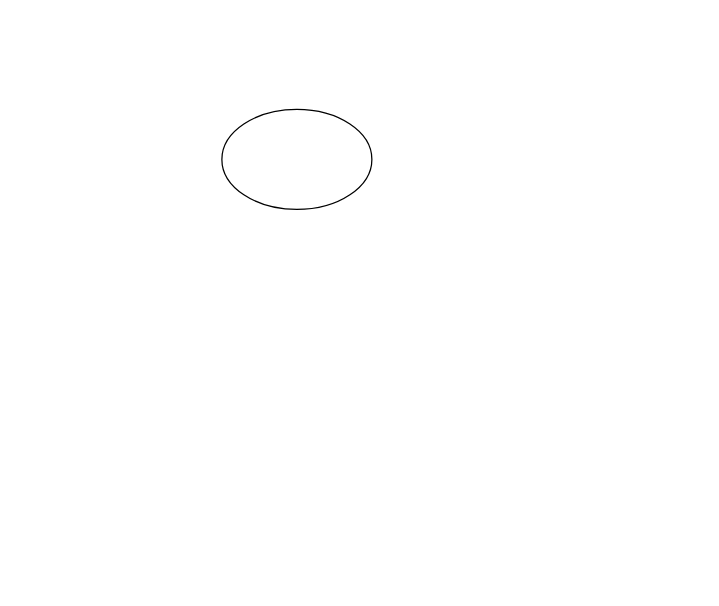
Above: myDiary.drawio in ynozar/myDiary (draw.io), before the change. Source tidied: cells renumbered, new cells numbered last; positions are measured from the earlier drawing's top-left corner, leaving out a move shared by most shapes. Both pictures are drawn from the tidied source at 125%, with x=0, y=0 at pixel (221, 109).
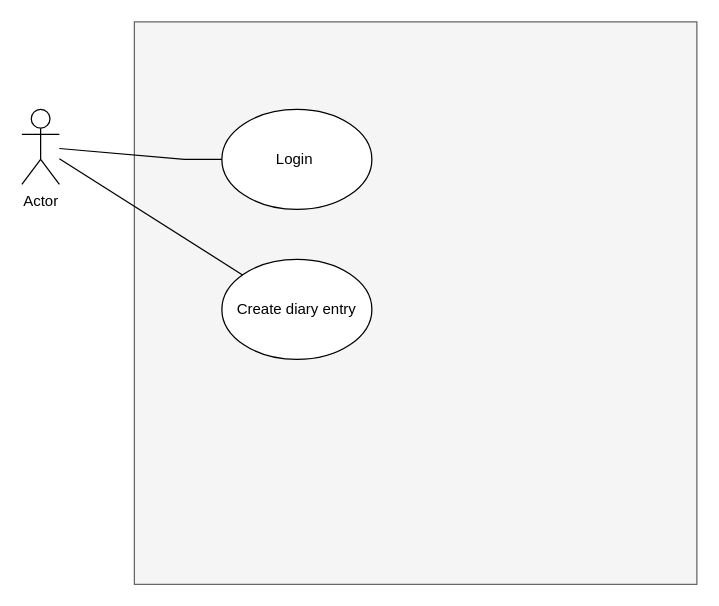
The same page after the edit.

What changed in the source:
```diff
@@
 <mxGraphModel>
   <root>
     <mxCell id="0" />
     <mxCell id="1" parent="0" />
+    <mxCell id="3" style="whiteSpace=wrap;html=1;fillColor=#f5f5f5;fontColor=#333333;strokeColor=#666666;" parent="1" vertex="1">
+      <mxGeometry x="-70" y="-70" width="450" height="450" as="geometry" />
+    </mxCell>
-    <mxCell id="2" style="ellipse;whiteSpace=wrap;html=1;" parent="1" vertex="1">
+    <mxCell id="2" value="Login&amp;nbsp;" style="ellipse;whiteSpace=wrap;html=1;" parent="1" vertex="1">
       <mxGeometry width="120" height="80" as="geometry" />
     </mxCell>
+    <mxCell id="4" value="Actor" style="shape=umlActor;verticalLabelPosition=bottom;verticalAlign=top;html=1;outlineConnect=0;" parent="1" vertex="1">
+      <mxGeometry x="-160" width="30" height="60" as="geometry" />
+    </mxCell>
+    <mxCell id="5" style="endArrow=none;html=1;rounded=0;" parent="1" edge="1" source="4" target="2">
+      <mxGeometry relative="1" as="geometry">
+        <Array as="points">
+          <mxPoint x="-30" y="40" />
+        </Array>
+      </mxGeometry>
+    </mxCell>
+    <mxCell id="6" value="Create diary entry" style="ellipse;whiteSpace=wrap;html=1;" parent="1" vertex="1">
+      <mxGeometry y="120" width="120" height="80" as="geometry" />
+    </mxCell>
+    <mxCell id="7" style="endArrow=none;html=1;rounded=0;" parent="1" edge="1" source="4" target="6">
+      <mxGeometry relative="1" as="geometry" />
+    </mxCell>
   </root>
 </mxGraphModel>
```
